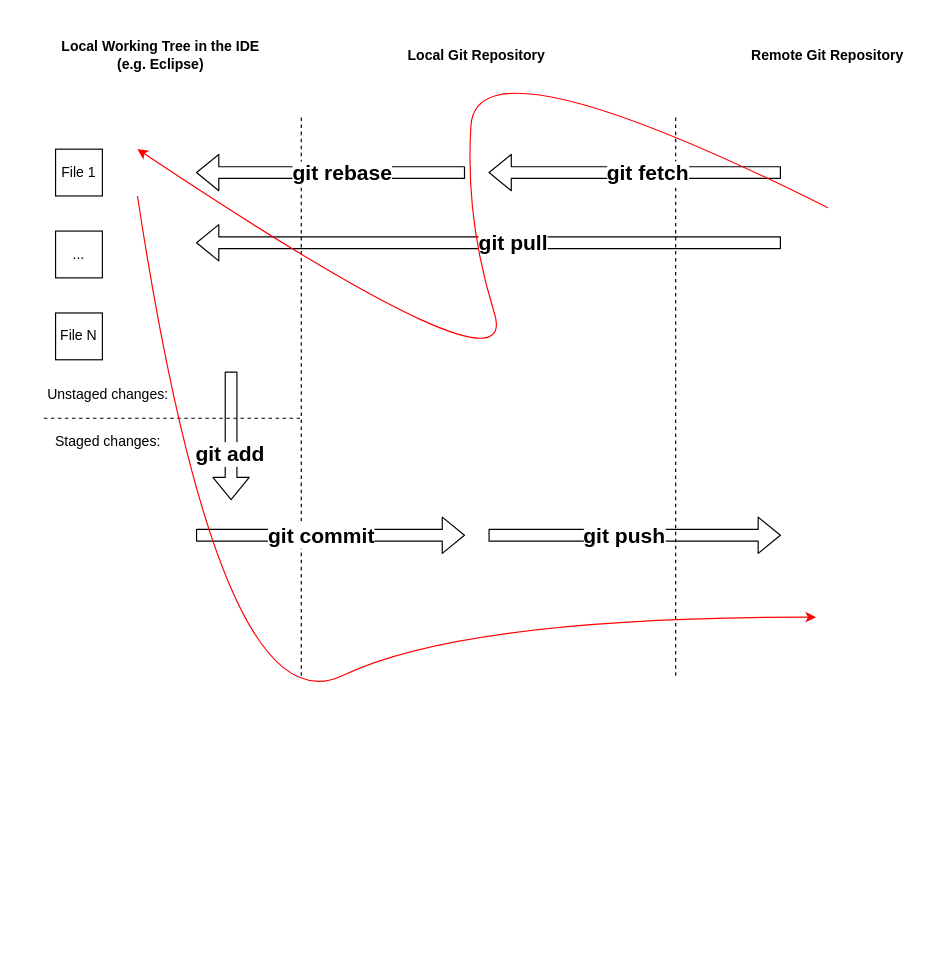
The draw.io diagram documentation/git-concepts.drawio in PAX523/internship-artur, before the edit. Source tidied: cells renumbered, new cells numbered last; positions are measured from the earlier drawing's top-left corner, leaving out a move shared by most shapes. Both pictures are drawn from the tidied source at 117%, with x=0, y=0 at pixel (20, 20).
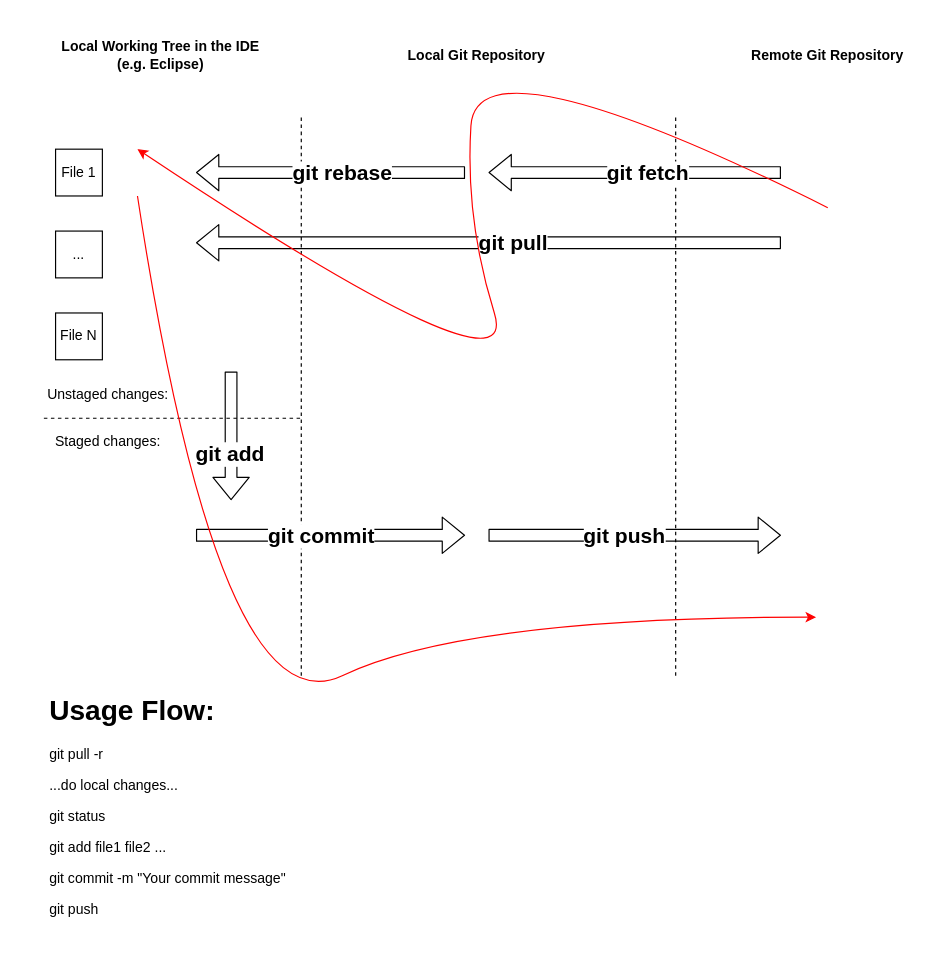
The same diagram, later.

Commit message (it also covers changes not shown here):
Enhance git concepts diagram

The edit, as a diff of the source:
```diff
@@
+    <mxCell id="27" value="&lt;h1&gt;Usage Flow:&lt;br&gt;&lt;/h1&gt;&lt;p&gt;git pull -r&lt;/p&gt;&lt;p&gt;...do local changes...&lt;br&gt;&lt;/p&gt;&lt;p&gt;git status&lt;/p&gt;&lt;p&gt;git add file1 file2 ...&lt;/p&gt;&lt;p&gt;git commit -m &quot;Your commit message&quot;&lt;/p&gt;&lt;p&gt;git push&lt;br&gt;&lt;/p&gt;" style="text;html=1;strokeColor=none;fillColor=none;spacing=5;spacingTop=-20;whiteSpace=wrap;overflow=hidden;rounded=0;" parent="1" vertex="1">
+      <mxGeometry x="20" y="570" width="220" height="230" as="geometry" />
+    </mxCell>
```
